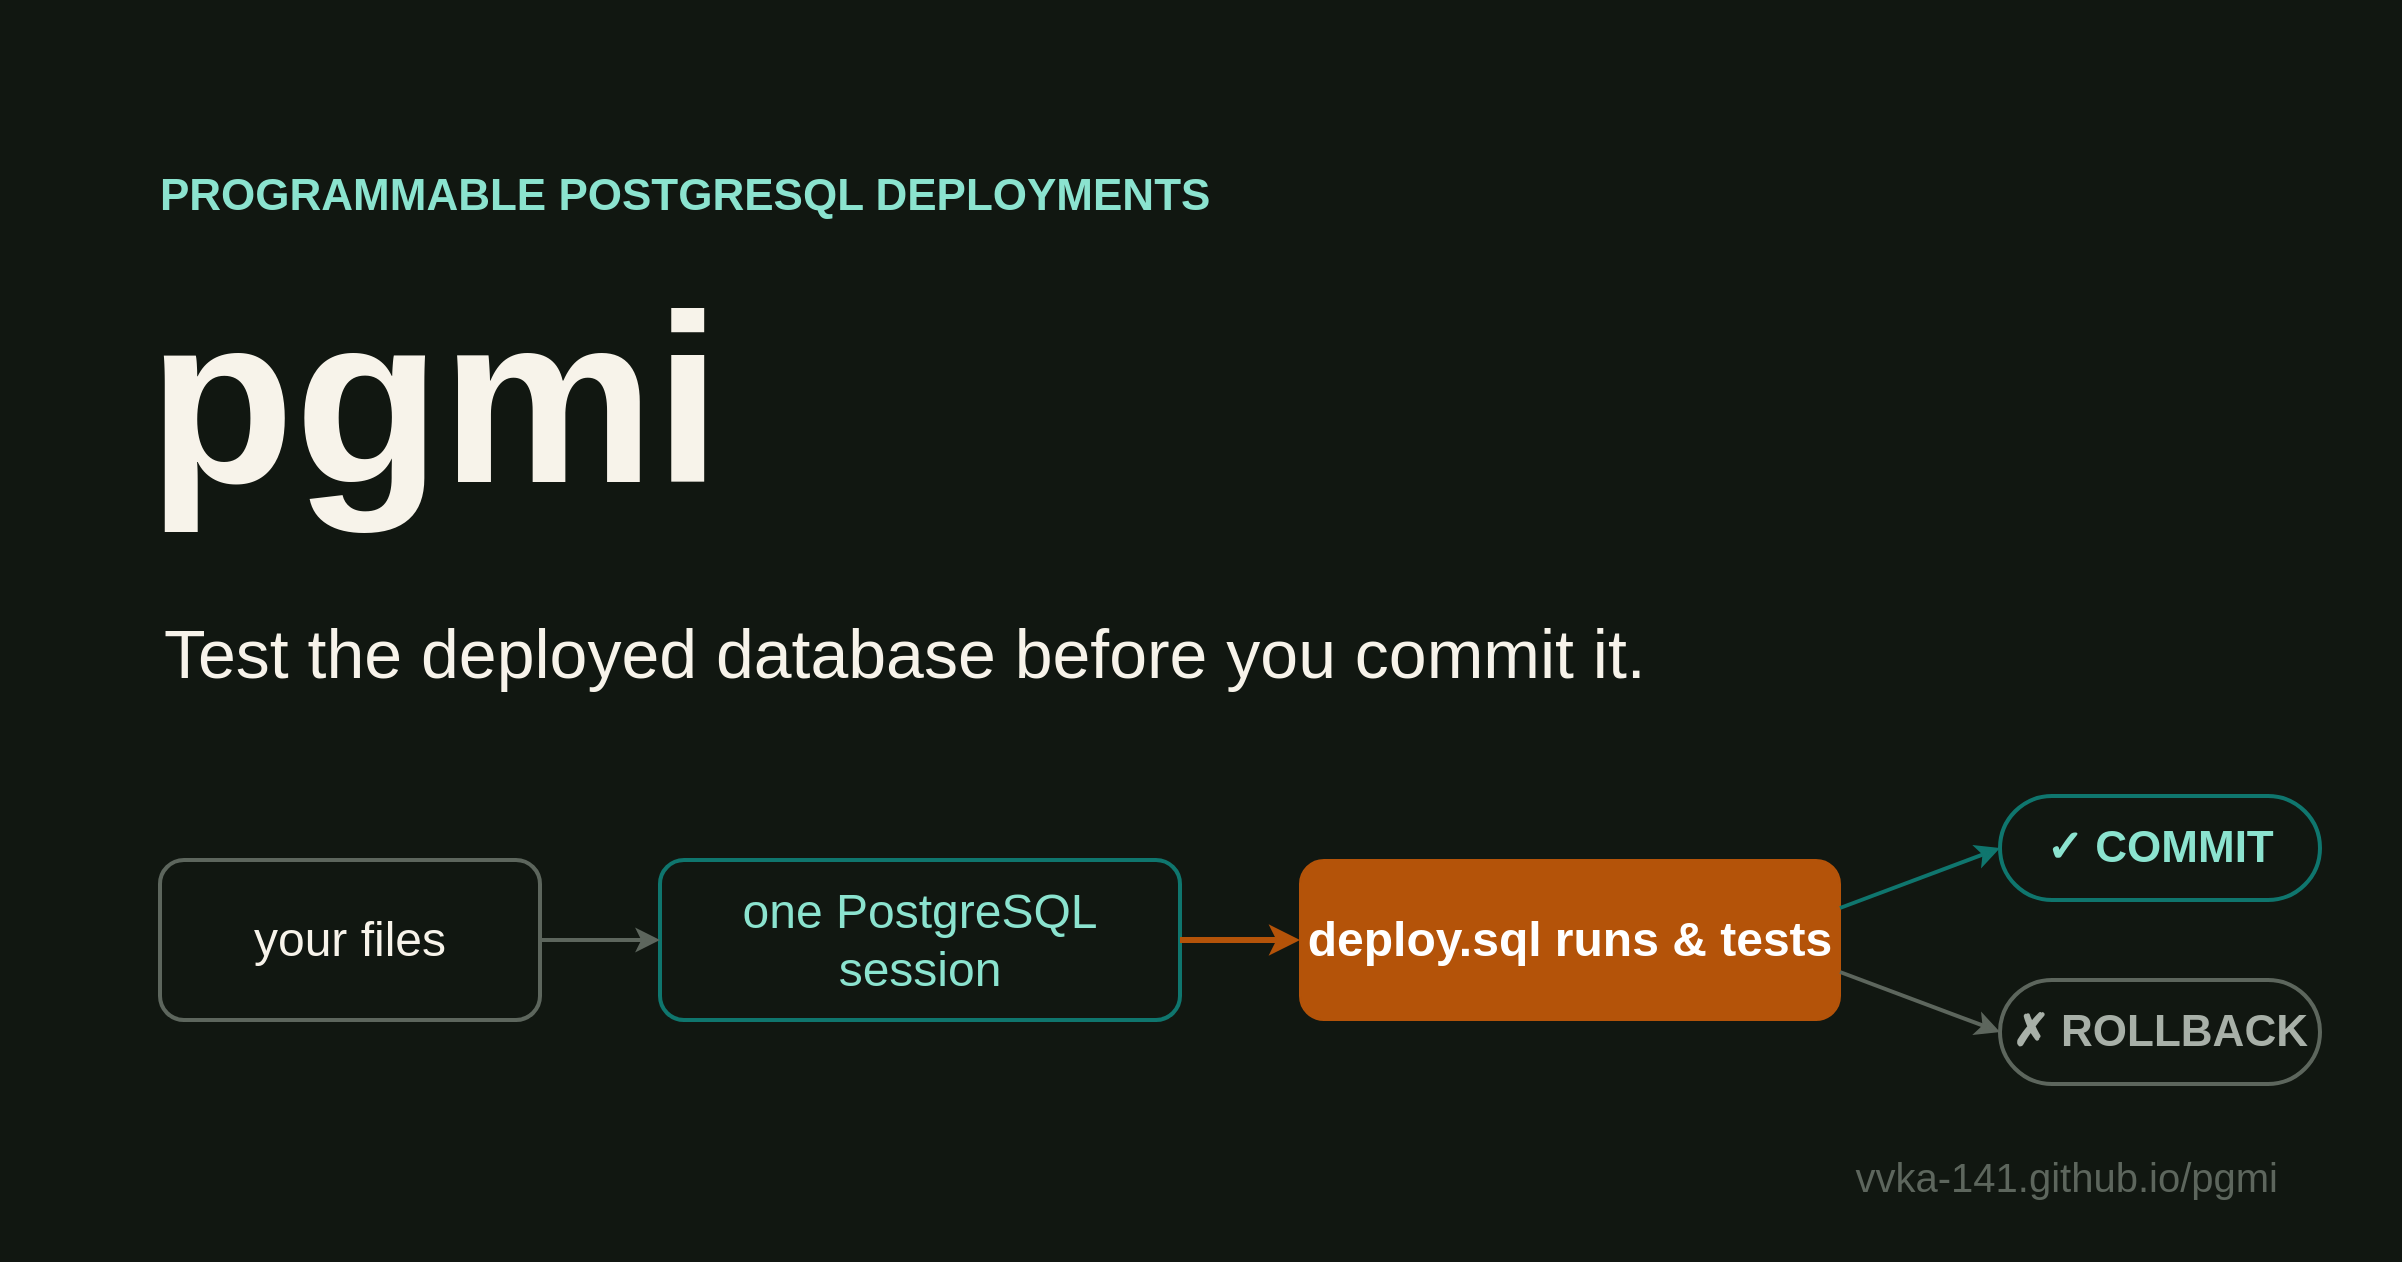
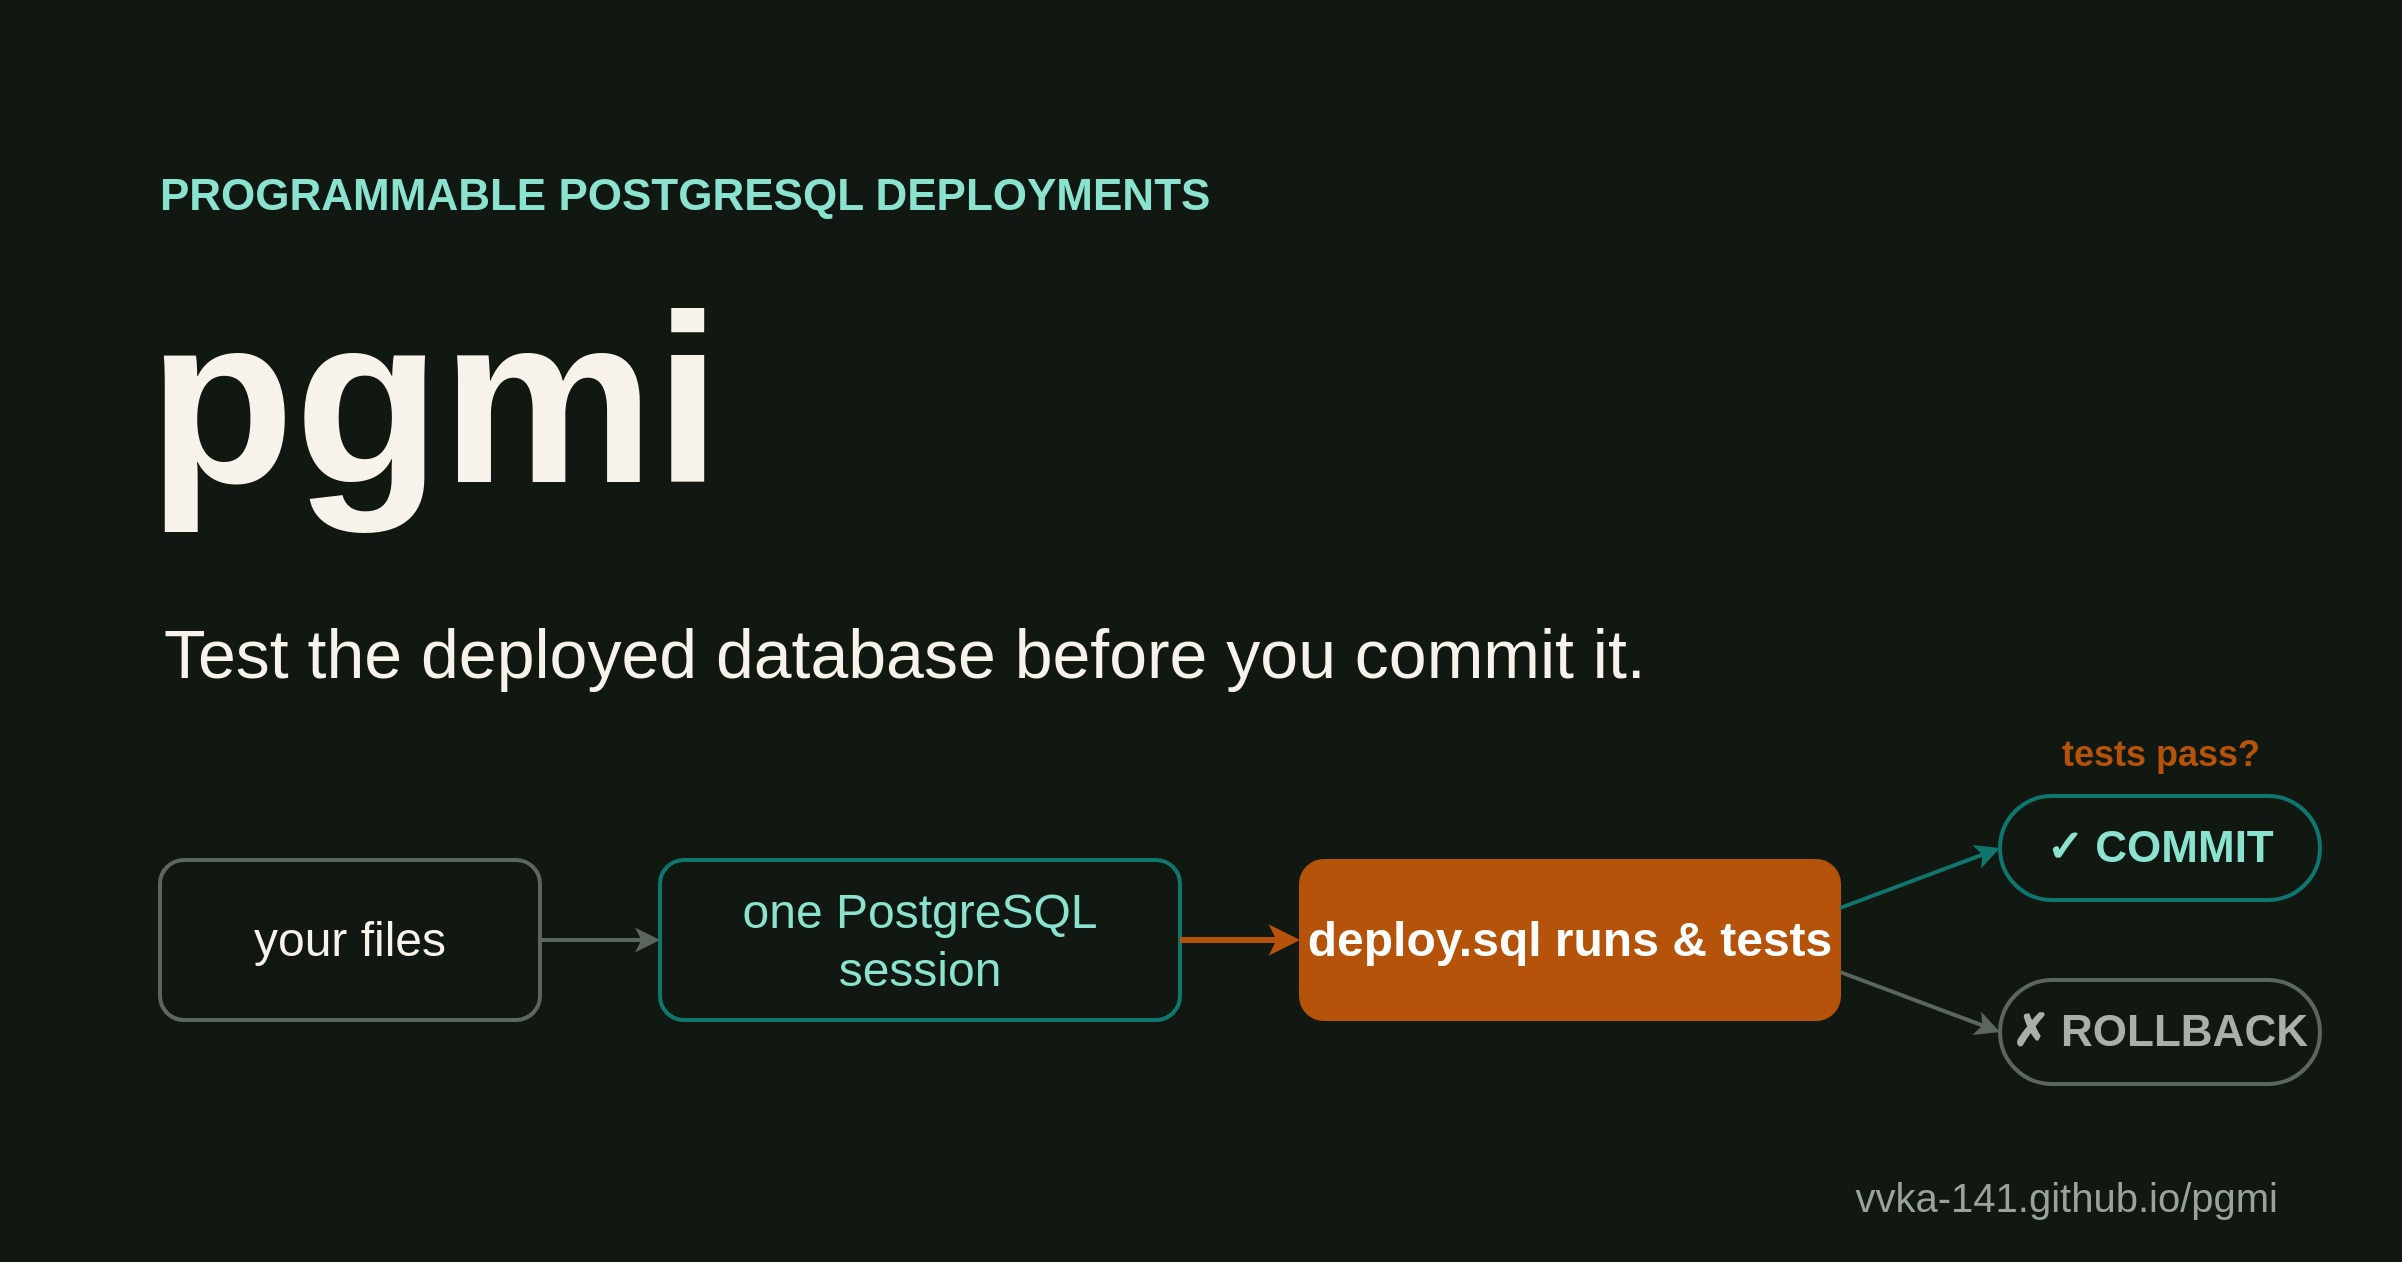
<mxGraphModel adaptiveColors="none" background="#111711" grid="0" page="1" pageWidth="1200" pageHeight="630">
  <root>
    <mxCell id="0" />
    <mxCell id="1" parent="0" />
    <mxCell id="bg" style="rounded=0;fillColor=#111711;strokeColor=none;" vertex="1" parent="1"><mxGeometry x="0" y="0" width="1200" height="630" as="geometry" /></mxCell>
    <mxCell id="eyebrow" value="PROGRAMMABLE POSTGRESQL DEPLOYMENTS" style="text;html=1;align=left;fontStyle=1;fontSize=22;fontColor=#8be3cf;spacing=0;" vertex="1" parent="1"><mxGeometry x="80" y="80" width="800" height="30" as="geometry" /></mxCell>
    <mxCell id="brand" value="pgmi" style="text;html=1;align=left;fontStyle=1;fontSize=120;fontColor=#f7f3ea;" vertex="1" parent="1"><mxGeometry x="72" y="120" width="500" height="150" as="geometry" /></mxCell>
    <mxCell id="tag" value="Test the deployed database before you commit it." style="text;html=1;align=left;fontSize=34;fontColor=#f7f3ea;" vertex="1" parent="1"><mxGeometry x="80" y="300" width="1040" height="50" as="geometry" /></mxCell>
    <mxCell id="f1" value="your files" style="rounded=1;whiteSpace=wrap;html=1;fillColor=none;strokeColor=#5d665d;strokeWidth=2;fontColor=#f7f3ea;fontSize=24" vertex="1" parent="1"><mxGeometry x="80" y="430" width="190" height="80" as="geometry" /></mxCell>
    <mxCell id="f2" value="one PostgreSQL session" style="rounded=1;whiteSpace=wrap;html=1;fillColor=none;strokeColor=#0f766e;strokeWidth=2;fontColor=#8be3cf;fontSize=24" vertex="1" parent="1"><mxGeometry x="330" y="430" width="260" height="80" as="geometry" /></mxCell>
    <mxCell id="f3" value="deploy.sql runs &amp; tests" style="rounded=1;whiteSpace=wrap;html=1;fillColor=#b45309;strokeColor=#b45309;fontColor=#ffffff;fontStyle=1;fontSize=24" vertex="1" parent="1"><mxGeometry x="650" y="430" width="270" height="80" as="geometry" /></mxCell>
    <mxCell id="fc" value="✓ COMMIT" style="rounded=1;arcSize=50;whiteSpace=wrap;html=1;fillColor=none;strokeColor=#0f766e;strokeWidth=2;fontColor=#8be3cf;fontStyle=1;fontSize=22" vertex="1" parent="1"><mxGeometry x="1000" y="398" width="160" height="52" as="geometry" /></mxCell>
    <mxCell id="fr" value="✗ ROLLBACK" style="rounded=1;arcSize=50;whiteSpace=wrap;html=1;fillColor=none;strokeColor=#5d665d;strokeWidth=2;fontColor=#a8b0a8;fontStyle=1;fontSize=22" vertex="1" parent="1"><mxGeometry x="1000" y="490" width="160" height="52" as="geometry" /></mxCell>
    <mxCell id="fe1" style="html=1;endArrow=classic;strokeColor=#5d665d;strokeWidth=2;exitX=1;exitY=0.5;entryX=0;entryY=0.5" edge="1" parent="1" source="f1" target="f2"><mxGeometry relative="1" as="geometry" /></mxCell>
    <mxCell id="fe2" style="html=1;endArrow=classic;strokeColor=#b45309;strokeWidth=3;exitX=1;exitY=0.5;entryX=0;entryY=0.5" edge="1" parent="1" source="f2" target="f3"><mxGeometry relative="1" as="geometry" /></mxCell>
    <mxCell id="fe3" style="html=1;endArrow=classic;strokeColor=#0f766e;strokeWidth=2;exitX=1;exitY=0.3;entryX=0;entryY=0.5" edge="1" parent="1" source="f3" target="fc"><mxGeometry relative="1" as="geometry" /></mxCell>
    <mxCell id="fe4" style="html=1;endArrow=classic;strokeColor=#5d665d;strokeWidth=2;exitX=1;exitY=0.7;entryX=0;entryY=0.5" edge="1" parent="1" source="f3" target="fr"><mxGeometry relative="1" as="geometry" /></mxCell>
-     <mxCell id="url" value="vvka-141.github.io/pgmi" style="text;html=1;align=right;fontSize=20;fontColor=#5d665d;" vertex="1" parent="1"><mxGeometry x="800" y="570" width="340" height="30" as="geometry" /></mxCell>
+     <mxCell id="gatelbl" value="tests pass?" style="text;html=1;align=center;fontStyle=1;fontSize=18;fontColor=#b45309;" vertex="1" parent="1"><mxGeometry x="1000" y="360" width="160" height="24" as="geometry" /></mxCell>
+     <mxCell id="url" value="vvka-141.github.io/pgmi" style="text;html=1;align=right;fontSize=20;fontColor=#9aa39a;" vertex="1" parent="1"><mxGeometry x="800" y="580" width="340" height="30" as="geometry" /></mxCell>
  </root>
</mxGraphModel>
